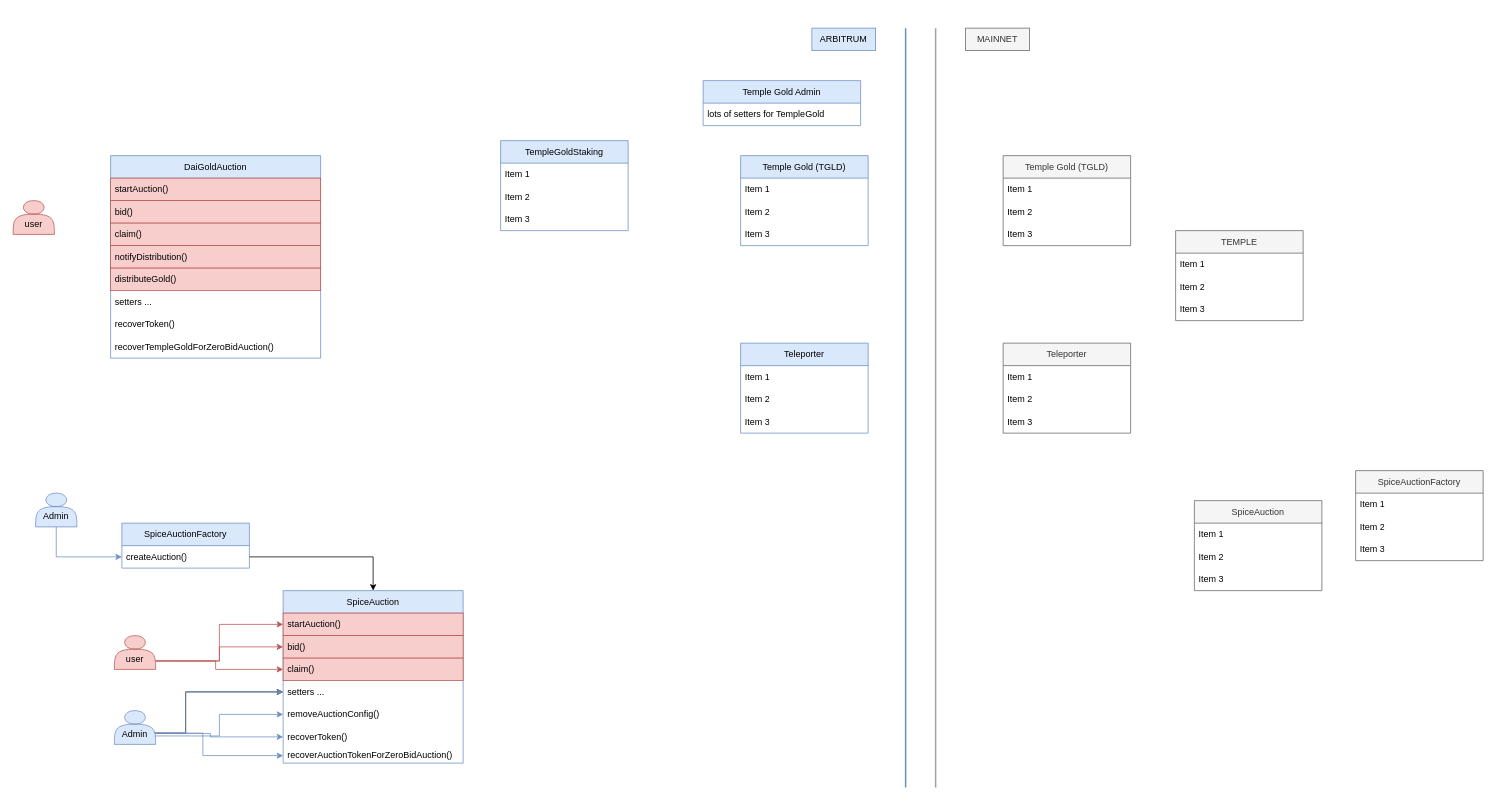
This is solo/resources/diagrams/temple-gold.drawio from JacoboLansac/audits, a draw.io file, before an edit. Source tidied: cells renumbered, new cells numbered last; positions are measured from the earlier drawing's top-left corner, leaving out a move shared by most shapes. Both pictures are drawn from the tidied source at 75%, with x=0, y=0 at pixel (13, 28).
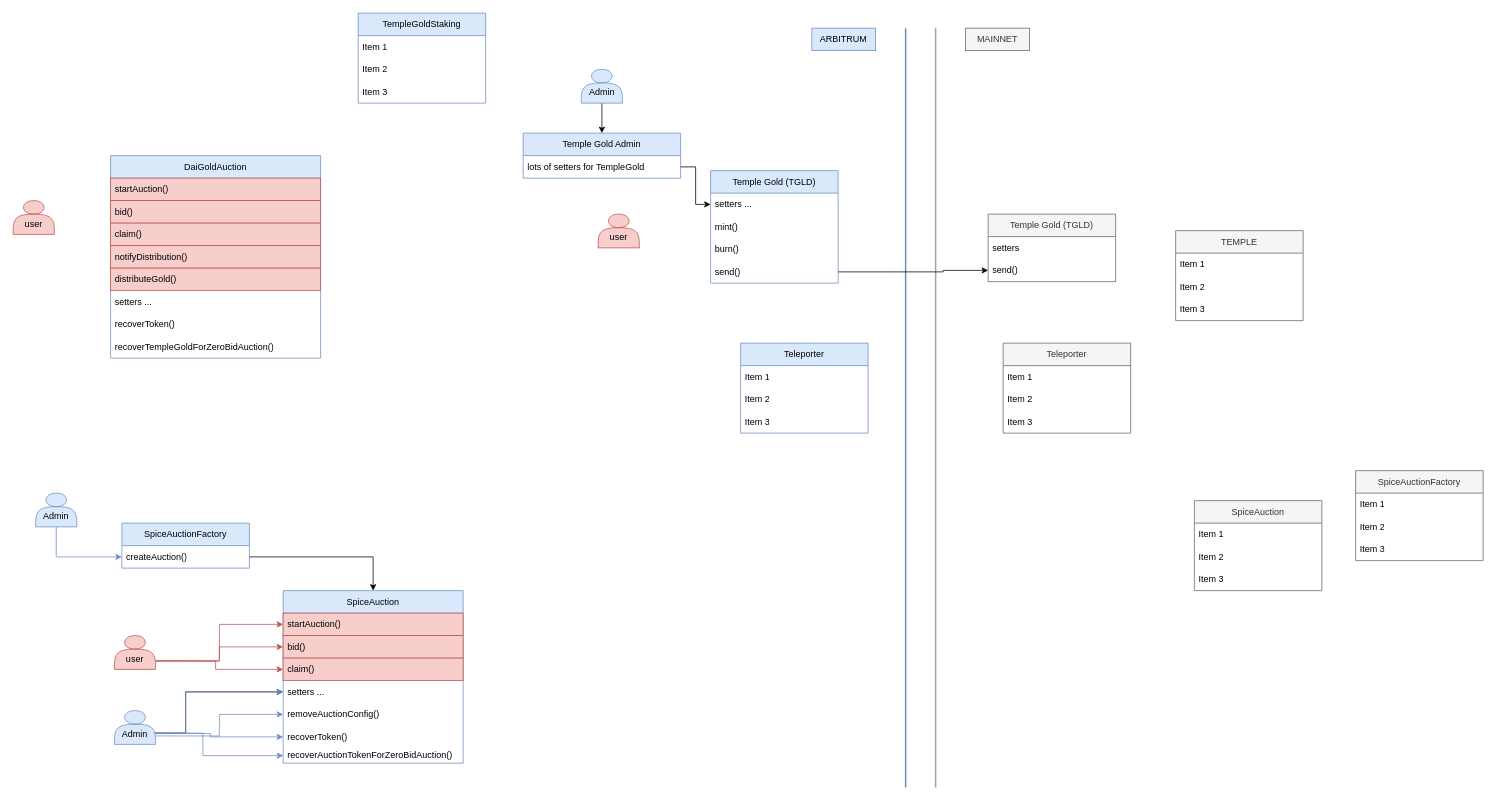
The same diagram, later.

Unchanged cells that the change refers to:
```xml
<mxCell id="25" value="lots of setters for TempleGold" style="text;strokeColor=none;fillColor=none;align=left;verticalAlign=middle;spacingLeft=4;spacingRight=4;overflow=hidden;points=[[0,0.5],[1,0.5]];portConstraint=eastwest;whiteSpace=wrap;html=1;" parent="24" vertex="1">
  <mxGeometry y="30" width="210" height="30" as="geometry" />
</mxCell>
```

Diff of the diagram source:
```diff
@@
     <mxCell id="2" value="Temple Gold (TGLD)" style="swimlane;fontStyle=0;horizontal=1;startSize=30;whiteSpace=wrap;html=1;fillColor=#dae8fc;strokeColor=#6c8ebf;" parent="1" vertex="1">
-      <mxGeometry x="970" y="170" width="170" height="120" as="geometry" />
+      <mxGeometry x="930" y="190" width="170" height="150" as="geometry" />
     </mxCell>
-    <mxCell id="3" value="Item 1" style="text;strokeColor=none;fillColor=none;align=left;verticalAlign=middle;spacingLeft=4;spacingRight=4;overflow=hidden;points=[[0,0.5],[1,0.5]];portConstraint=eastwest;whiteSpace=wrap;html=1;" parent="2" vertex="1">
+    <mxCell id="3" value="setters ..." style="text;strokeColor=none;fillColor=none;align=left;verticalAlign=middle;spacingLeft=4;spacingRight=4;overflow=hidden;points=[[0,0.5],[1,0.5]];portConstraint=eastwest;whiteSpace=wrap;html=1;" parent="2" vertex="1">
       <mxGeometry y="30" width="170" height="30" as="geometry" />
     </mxCell>
-    <mxCell id="4" value="Item 2" style="text;strokeColor=none;fillColor=none;align=left;verticalAlign=middle;spacingLeft=4;spacingRight=4;overflow=hidden;whiteSpace=wrap;html=1;" parent="2" vertex="1">
+    <mxCell id="4" value="mint()" style="text;strokeColor=none;fillColor=none;align=left;verticalAlign=middle;spacingLeft=4;spacingRight=4;overflow=hidden;whiteSpace=wrap;html=1;" parent="2" vertex="1">
       <mxGeometry y="60" width="170" height="30" as="geometry" />
     </mxCell>
+    <mxCell id="73" value="burn()" style="text;strokeColor=none;fillColor=none;align=left;verticalAlign=middle;spacingLeft=4;spacingRight=4;overflow=hidden;whiteSpace=wrap;html=1;" parent="2" vertex="1">
+      <mxGeometry y="90" width="170" height="30" as="geometry" />
+    </mxCell>
-    <mxCell id="5" value="Item 3" style="text;strokeColor=none;fillColor=none;align=left;verticalAlign=middle;spacingLeft=4;spacingRight=4;overflow=hidden;points=[[0,0.5],[1,0.5]];portConstraint=eastwest;whiteSpace=wrap;html=1;" parent="2" vertex="1">
-      <mxGeometry y="90" width="170" height="30" as="geometry" />
+    <mxCell id="5" value="send()" style="text;strokeColor=none;fillColor=none;align=left;verticalAlign=middle;spacingLeft=4;spacingRight=4;overflow=hidden;points=[[0,0.5],[1,0.5]];portConstraint=eastwest;whiteSpace=wrap;html=1;" parent="2" vertex="1">
+      <mxGeometry y="120" width="170" height="30" as="geometry" />
     </mxCell>
     <mxCell id="6" value="Temple Gold (TGLD)" style="swimlane;fontStyle=0;horizontal=1;startSize=30;whiteSpace=wrap;html=1;fillColor=#f5f5f5;fontColor=#333333;strokeColor=#666666;" parent="1" vertex="1">
-      <mxGeometry x="1320" y="170" width="170" height="120" as="geometry" />
+      <mxGeometry x="1300" y="248" width="170" height="90" as="geometry" />
     </mxCell>
-    <mxCell id="7" value="Item 1" style="text;strokeColor=none;fillColor=none;align=left;verticalAlign=middle;spacingLeft=4;spacingRight=4;overflow=hidden;whiteSpace=wrap;html=1;" parent="6" vertex="1">
+    <mxCell id="7" value="setters" style="text;strokeColor=none;fillColor=none;align=left;verticalAlign=middle;spacingLeft=4;spacingRight=4;overflow=hidden;whiteSpace=wrap;html=1;" parent="6" vertex="1">
       <mxGeometry y="30" width="170" height="30" as="geometry" />
     </mxCell>
-    <mxCell id="8" value="Item 2" style="text;strokeColor=none;fillColor=none;align=left;verticalAlign=middle;spacingLeft=4;spacingRight=4;overflow=hidden;points=[[0,0.5],[1,0.5]];portConstraint=eastwest;whiteSpace=wrap;html=1;" parent="6" vertex="1">
+    <mxCell id="8" value="send()" style="text;strokeColor=none;fillColor=none;align=left;verticalAlign=middle;spacingLeft=4;spacingRight=4;overflow=hidden;points=[[0,0.5],[1,0.5]];portConstraint=eastwest;whiteSpace=wrap;html=1;" parent="6" vertex="1">
       <mxGeometry y="60" width="170" height="30" as="geometry" />
     </mxCell>
-    <mxCell id="9" value="Item 3" style="text;strokeColor=none;fillColor=none;align=left;verticalAlign=middle;spacingLeft=4;spacingRight=4;overflow=hidden;whiteSpace=wrap;html=1;" parent="6" vertex="1">
-      <mxGeometry y="90" width="170" height="30" as="geometry" />
-    </mxCell>
@@
     <mxCell id="12" value="TempleGoldStaking" style="swimlane;fontStyle=0;horizontal=1;startSize=30;whiteSpace=wrap;html=1;fillColor=#dae8fc;strokeColor=#6c8ebf;" parent="1" vertex="1">
-      <mxGeometry x="650" y="150" width="170" height="120" as="geometry" />
+      <mxGeometry x="460" y="-20" width="170" height="120" as="geometry" />
     </mxCell>
@@
     <mxCell id="24" value="Temple Gold Admin" style="swimlane;fontStyle=0;horizontal=1;startSize=30;whiteSpace=wrap;html=1;fillColor=#dae8fc;strokeColor=#6c8ebf;" parent="1" vertex="1">
-      <mxGeometry x="920" y="70" width="210" height="60" as="geometry" />
+      <mxGeometry x="680" y="140" width="210" height="60" as="geometry" />
     </mxCell>
@@
+    <mxCell id="74" style="edgeStyle=orthogonalEdgeStyle;rounded=0;jettySize=auto;html=1;exitX=0.5;exitY=1;exitDx=0;exitDy=0;entryX=0.5;entryY=0;entryDx=0;entryDy=0;" parent="1" edge="1" source="78" target="24">
+      <mxGeometry relative="1" as="geometry" />
+    </mxCell>
+    <mxCell id="75" style="edgeStyle=orthogonalEdgeStyle;rounded=0;jettySize=auto;html=1;exitX=1;exitY=0.5;exitDx=0;exitDy=0;" parent="1" edge="1" source="25" target="3">
+      <mxGeometry relative="1" as="geometry" />
+    </mxCell>
+    <mxCell id="76" style="edgeStyle=orthogonalEdgeStyle;rounded=0;jettySize=auto;html=1;exitX=1;exitY=0.5;exitDx=0;exitDy=0;entryX=0;entryY=0.5;entryDx=0;entryDy=0;" parent="1" edge="1" source="5" target="8">
+      <mxGeometry relative="1" as="geometry">
+        <Array as="points">
+          <mxPoint x="1240" y="325" />
+          <mxPoint x="1240" y="323" />
+        </Array>
+      </mxGeometry>
+    </mxCell>
+    <mxCell id="77" value="&lt;div&gt;&lt;br&gt;&lt;/div&gt;&lt;div&gt;user&lt;/div&gt;" style="shape=actor;whiteSpace=wrap;html=1;fillColor=#f8cecc;strokeColor=#b85450;" parent="1" vertex="1">
+      <mxGeometry x="780" y="248" width="55" height="45" as="geometry" />
+    </mxCell>
+    <mxCell id="78" value="&lt;div&gt;&lt;br&gt;&lt;/div&gt;&lt;div&gt;Admin&lt;/div&gt;" style="shape=actor;whiteSpace=wrap;html=1;fillColor=#dae8fc;strokeColor=#6c8ebf;" parent="1" vertex="1">
+      <mxGeometry x="757.5" y="55" width="55" height="45" as="geometry" />
+    </mxCell>
```
